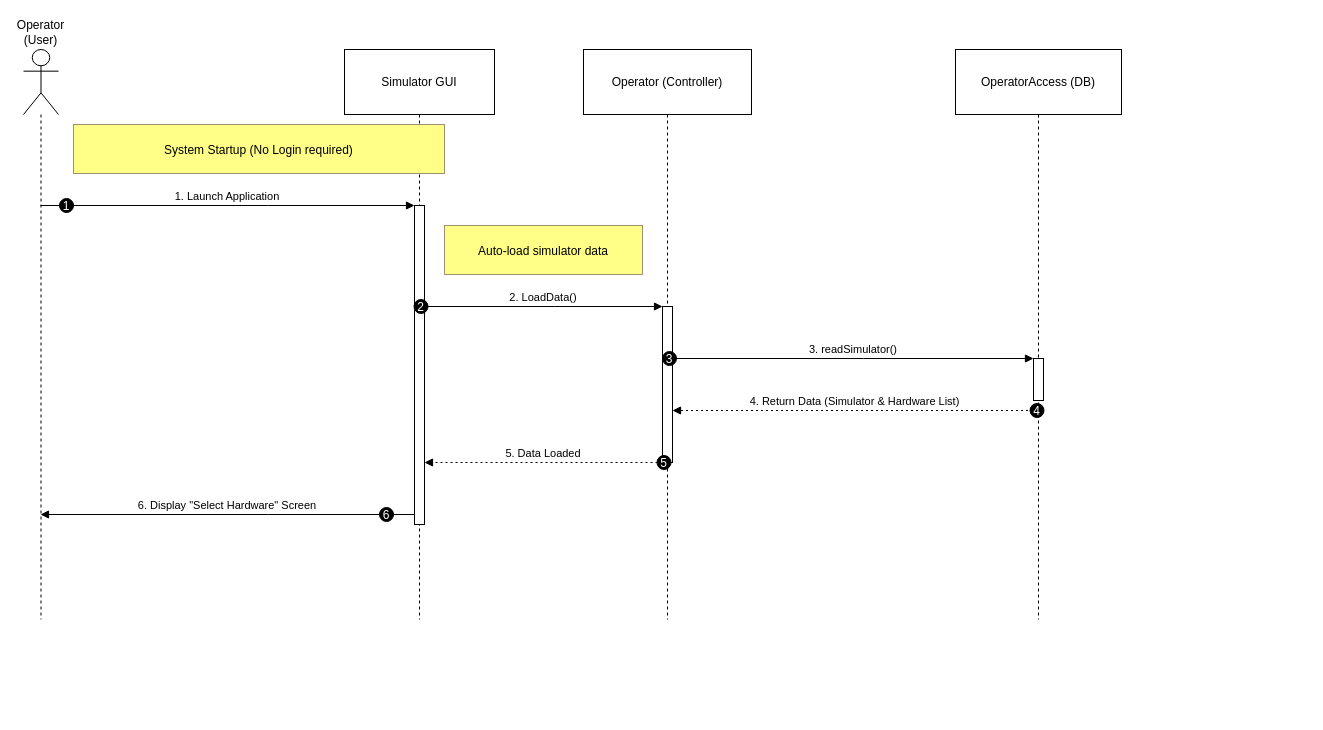
Earlier version of the draw.io diagram page "User_Login_Usecase" (1 of 8) of Usecase1.drawio (EliyaMalka/Drawio). Source tidied: cells renumbered, new cells numbered last; positions are measured from the earlier drawing's top-left corner, leaving out a move shared by most shapes. Both pictures are drawn from the tidied source at 100%, with x=0, y=0 at pixel (23, 49).
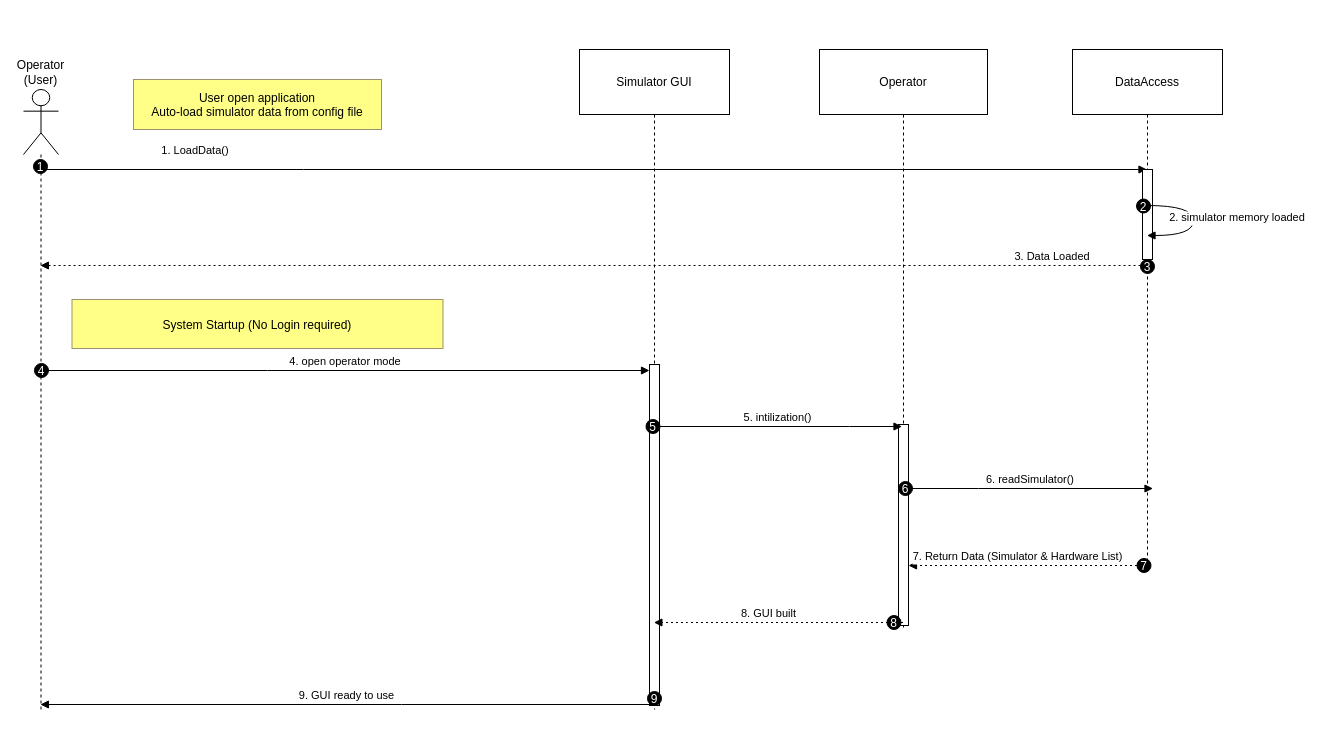
Above is the later version.

Change to the diagram source:
```diff
@@
     <mxCell id="2" value="Operator (User)" style="shape=umlLifeline;perimeter=lifelinePerimeter;whiteSpace=wrap;outlineConnect=0;portConstraint=eastwest;newEdgeStyle={&quot;edgeStyle&quot;:&quot;elbowEdgeStyle&quot;,&quot;elbow&quot;:&quot;vertical&quot;,&quot;curved&quot;:0,&quot;rounded&quot;:0};participant=umlActor;verticalAlign=bottom;labelPosition=center;verticalLabelPosition=top;align=center;size=65;" parent="1" vertex="1">
-      <mxGeometry width="35" height="570" as="geometry" />
+      <mxGeometry y="40" width="35" height="620" as="geometry" />
     </mxCell>
     <mxCell id="3" value="Simulator GUI" style="shape=umlLifeline;perimeter=lifelinePerimeter;whiteSpace=wrap;newEdgeStyle={&quot;edgeStyle&quot;:&quot;elbowEdgeStyle&quot;,&quot;elbow&quot;:&quot;vertical&quot;,&quot;curved&quot;:0,&quot;rounded&quot;:0};size=65;" parent="1" vertex="1">
-      <mxGeometry x="321" width="150" height="570" as="geometry" />
+      <mxGeometry x="556" width="150" height="660" as="geometry" />
     </mxCell>
     <mxCell id="4" style="points=[];perimeter=orthogonalPerimeter;outlineConnect=0;targetShapes=umlLifeline;portConstraint=eastwest;newEdgeStyle={&quot;edgeStyle&quot;:&quot;elbowEdgeStyle&quot;,&quot;elbow&quot;:&quot;vertical&quot;,&quot;curved&quot;:0,&quot;rounded&quot;:0};" parent="3" vertex="1">
-      <mxGeometry x="70" y="156" width="10" height="319" as="geometry" />
+      <mxGeometry x="70" y="315" width="10" height="341" as="geometry" />
     </mxCell>
-    <mxCell id="5" value="Operator (Controller)" style="shape=umlLifeline;perimeter=lifelinePerimeter;whiteSpace=wrap;newEdgeStyle={&quot;edgeStyle&quot;:&quot;elbowEdgeStyle&quot;,&quot;elbow&quot;:&quot;vertical&quot;,&quot;curved&quot;:0,&quot;rounded&quot;:0};size=65;" parent="1" vertex="1">
-      <mxGeometry x="560" width="168" height="570" as="geometry" />
+    <mxCell id="5" value="Operator" style="shape=umlLifeline;perimeter=lifelinePerimeter;whiteSpace=wrap;newEdgeStyle={&quot;edgeStyle&quot;:&quot;elbowEdgeStyle&quot;,&quot;elbow&quot;:&quot;vertical&quot;,&quot;curved&quot;:0,&quot;rounded&quot;:0};size=65;" parent="1" vertex="1">
+      <mxGeometry x="796" width="168" height="580" as="geometry" />
     </mxCell>
     <mxCell id="6" style="points=[];perimeter=orthogonalPerimeter;outlineConnect=0;targetShapes=umlLifeline;portConstraint=eastwest;newEdgeStyle={&quot;edgeStyle&quot;:&quot;elbowEdgeStyle&quot;,&quot;elbow&quot;:&quot;vertical&quot;,&quot;curved&quot;:0,&quot;rounded&quot;:0};" parent="5" vertex="1">
-      <mxGeometry x="79" y="257" width="10" height="156" as="geometry" />
+      <mxGeometry x="79" y="375" width="10" height="201" as="geometry" />
     </mxCell>
-    <mxCell id="7" value="OperatorAccess (DB)" style="shape=umlLifeline;perimeter=lifelinePerimeter;whiteSpace=wrap;outlineConnect=0;portConstraint=eastwest;newEdgeStyle={&quot;edgeStyle&quot;:&quot;elbowEdgeStyle&quot;,&quot;elbow&quot;:&quot;vertical&quot;,&quot;curved&quot;:0,&quot;rounded&quot;:0};size=65;" parent="1" vertex="1">
-      <mxGeometry x="932" width="166" height="570" as="geometry" />
-    </mxCell>
-    <mxCell id="8" style="points=[];perimeter=orthogonalPerimeter;outlineConnect=0;targetShapes=umlLifeline;portConstraint=eastwest;newEdgeStyle={&quot;edgeStyle&quot;:&quot;elbowEdgeStyle&quot;,&quot;elbow&quot;:&quot;vertical&quot;,&quot;curved&quot;:0,&quot;rounded&quot;:0};" parent="7" vertex="1">
-      <mxGeometry x="78" y="309" width="10" height="42" as="geometry" />
-    </mxCell>
-    <mxCell id="9" value="1. Launch Application" style="verticalAlign=bottom;edgeStyle=elbowEdgeStyle;elbow=vertical;curved=0;rounded=0;endArrow=block;" parent="1" edge="1" source="2" target="4">
+    <mxCell id="9" value="4. open operator mode" style="verticalAlign=bottom;edgeStyle=elbowEdgeStyle;elbow=vertical;curved=0;rounded=0;endArrow=block;" parent="1" edge="1" target="4">
       <mxGeometry relative="1" as="geometry">
+        <mxPoint x="17" y="321" as="sourcePoint" />
         <Array as="points">
-          <mxPoint x="244" y="156" />
+          <mxPoint x="244" y="321" />
         </Array>
       </mxGeometry>
     </mxCell>
-    <mxCell id="10" value="1" style="ellipse;fillColor=#000000;align=center;fontColor=#FFFFFF;" parent="9" vertex="1">
+    <mxCell id="10" value="4" style="ellipse;fillColor=#000000;align=center;fontColor=#FFFFFF;" parent="9" vertex="1">
       <mxGeometry width="14" height="14" relative="1" as="geometry">
-        <mxPoint x="-168" y="-7" as="offset" />
+        <mxPoint x="-311" y="-7" as="offset" />
       </mxGeometry>
     </mxCell>
-    <mxCell id="11" value="2. LoadData()" style="verticalAlign=bottom;edgeStyle=elbowEdgeStyle;elbow=vertical;curved=0;rounded=0;endArrow=block;" parent="1" edge="1" source="4" target="6">
-      <mxGeometry relative="1" as="geometry">
+    <mxCell id="11" value="1. LoadData()" style="verticalAlign=bottom;edgeStyle=elbowEdgeStyle;elbow=vertical;curved=0;rounded=0;endArrow=block;" parent="1" edge="1" target="24">
+      <mxGeometry x="-0.72" y="10" relative="1" as="geometry">
+        <mxPoint x="17" y="120" as="sourcePoint" />
         <Array as="points">
-          <mxPoint x="531" y="257" />
+          <mxPoint x="280" y="120" />
         </Array>
       </mxGeometry>
     </mxCell>
-    <mxCell id="12" value="2" style="ellipse;fillColor=#000000;align=center;fontColor=#FFFFFF;" parent="11" vertex="1">
+    <mxCell id="12" value="1" style="ellipse;fillColor=#000000;align=center;fontColor=#FFFFFF;" parent="11" vertex="1">
       <mxGeometry width="14" height="14" relative="1" as="geometry">
-        <mxPoint x="-129.5" y="-7" as="offset" />
+        <mxPoint x="-560" y="-10" as="offset" />
       </mxGeometry>
     </mxCell>
-    <mxCell id="13" value="3. readSimulator()" style="verticalAlign=bottom;edgeStyle=elbowEdgeStyle;elbow=vertical;curved=0;rounded=0;endArrow=block;" parent="1" edge="1" source="6" target="8">
+    <mxCell id="13" value="6. readSimulator()" style="verticalAlign=bottom;edgeStyle=elbowEdgeStyle;elbow=horizontal;curved=0;rounded=0;endArrow=block;" parent="1" edge="1" source="6">
       <mxGeometry relative="1" as="geometry">
+        <mxPoint x="1129.5" y="439" as="targetPoint" />
         <Array as="points">
-          <mxPoint x="840" y="309" />
+          <mxPoint x="955" y="439" />
         </Array>
       </mxGeometry>
     </mxCell>
-    <mxCell id="14" value="3" style="ellipse;fillColor=#000000;align=center;fontColor=#FFFFFF;" parent="13" vertex="1">
+    <mxCell id="14" value="6" style="ellipse;fillColor=#000000;align=center;fontColor=#FFFFFF;" parent="13" vertex="1">
       <mxGeometry width="14" height="14" relative="1" as="geometry">
-        <mxPoint x="-191" y="-7" as="offset" />
+        <mxPoint x="-132" y="-7" as="offset" />
       </mxGeometry>
     </mxCell>
-    <mxCell id="15" value="4. Return Data (Simulator &amp; Hardware List)" style="verticalAlign=bottom;edgeStyle=elbowEdgeStyle;elbow=vertical;curved=0;rounded=0;dashed=1;dashPattern=2 3;endArrow=block;" parent="1" edge="1" source="7" target="6">
-      <mxGeometry relative="1" as="geometry">
+    <mxCell id="15" value="7. Return Data (Simulator &amp; Hardware List)" style="verticalAlign=bottom;edgeStyle=elbowEdgeStyle;elbow=horizontal;curved=0;rounded=0;dashed=1;dashPattern=2 3;endArrow=block;" parent="1" edge="1" target="6">
+      <mxGeometry x="0.07" relative="1" as="geometry">
+        <mxPoint x="1123.5" y="516" as="sourcePoint" />
         <Array as="points">
-          <mxPoint x="841" y="361" />
+          <mxPoint x="908.8" y="516" />
+          <mxPoint x="832.3" y="426" />
         </Array>
+        <mxPoint x="-1" as="offset" />
       </mxGeometry>
     </mxCell>
-    <mxCell id="16" value="4" style="ellipse;fillColor=#000000;align=center;fontColor=#FFFFFF;" parent="15" vertex="1">
+    <mxCell id="16" value="7" style="ellipse;fillColor=#000000;align=center;fontColor=#FFFFFF;" parent="15" vertex="1">
       <mxGeometry width="14" height="14" relative="1" as="geometry">
-        <mxPoint x="175" y="-7" as="offset" />
+        <mxPoint x="109" y="-7" as="offset" />
       </mxGeometry>
     </mxCell>
-    <mxCell id="17" value="5. Data Loaded" style="verticalAlign=bottom;edgeStyle=elbowEdgeStyle;elbow=vertical;curved=0;rounded=0;dashed=1;dashPattern=2 3;endArrow=block;" parent="1" edge="1" source="6" target="4">
-      <mxGeometry relative="1" as="geometry">
+    <mxCell id="17" value="3. Data Loaded" style="verticalAlign=bottom;edgeStyle=elbowEdgeStyle;elbow=vertical;curved=0;rounded=0;dashed=1;dashPattern=2 3;endArrow=block;" parent="1" edge="1" source="29">
+      <mxGeometry x="-0.84" relative="1" as="geometry">
+        <mxPoint x="16.9" y="216" as="targetPoint" />
         <Array as="points">
-          <mxPoint x="532" y="413" />
+          <mxPoint x="192.5" y="216" />
         </Array>
       </mxGeometry>
     </mxCell>
-    <mxCell id="18" value="5" style="ellipse;fillColor=#000000;align=center;fontColor=#FFFFFF;" parent="17" vertex="1">
-      <mxGeometry width="14" height="14" relative="1" as="geometry">
-        <mxPoint x="113.5" y="-7" as="offset" />
-      </mxGeometry>
-    </mxCell>
-    <mxCell id="19" value="6. Display &quot;Select Hardware&quot; Screen" style="verticalAlign=bottom;edgeStyle=elbowEdgeStyle;elbow=vertical;curved=0;rounded=0;endArrow=block;" parent="1" edge="1" source="4" target="2">
+    <mxCell id="19" value="9. GUI ready to use" style="verticalAlign=bottom;edgeStyle=elbowEdgeStyle;elbow=vertical;curved=0;rounded=0;endArrow=block;" parent="1" edge="1">
       <mxGeometry relative="1" as="geometry">
+        <mxPoint x="630.5" y="655" as="sourcePoint" />
+        <mxPoint x="16.9" y="655" as="targetPoint" />
         <Array as="points">
-          <mxPoint x="245" y="465" />
+          <mxPoint x="378" y="655" />
         </Array>
       </mxGeometry>
     </mxCell>
-    <mxCell id="20" value="6" style="ellipse;fillColor=#000000;align=center;fontColor=#FFFFFF;" parent="19" vertex="1">
-      <mxGeometry width="14" height="14" relative="1" as="geometry">
-        <mxPoint x="152" y="-7" as="offset" />
-      </mxGeometry>
-    </mxCell>
     <mxCell id="21" value="System Startup (No Login required)" style="fillColor=#ffff88;strokeColor=#9E916F;" parent="1" vertex="1">
-      <mxGeometry x="50" y="75" width="371" height="49" as="geometry" />
+      <mxGeometry x="48.5" y="250" width="371" height="49" as="geometry" />
     </mxCell>
-    <mxCell id="22" value="Auto-load simulator data" style="fillColor=#ffff88;strokeColor=#9E916F;" parent="1" vertex="1">
-      <mxGeometry x="421" y="176" width="198" height="49" as="geometry" />
+    <mxCell id="22" value="User open application&#10;Auto-load simulator data from config file" style="fillColor=#ffff88;strokeColor=#9E916F;" parent="1" vertex="1">
+      <mxGeometry x="110" y="30" width="248" height="50" as="geometry" />
     </mxCell>
+    <mxCell id="23" value="5. intilization()" style="verticalAlign=bottom;edgeStyle=elbowEdgeStyle;elbow=horizontal;curved=0;rounded=0;endArrow=block;" parent="1" edge="1">
+      <mxGeometry relative="1" as="geometry">
+        <mxPoint x="630.5" y="377" as="sourcePoint" />
+        <mxPoint x="878.5" y="377" as="targetPoint" />
+        <Array as="points">
+          <mxPoint x="826" y="502" />
+        </Array>
+      </mxGeometry>
+    </mxCell>
+    <mxCell id="18" value="5" style="ellipse;fillColor=#000000;align=center;fontColor=#FFFFFF;" parent="23" vertex="1">
+      <mxGeometry width="14" height="14" relative="1" as="geometry">
+        <mxPoint x="-132" y="-7" as="offset" />
+      </mxGeometry>
+    </mxCell>
+    <mxCell id="24" value="DataAccess" style="shape=umlLifeline;perimeter=lifelinePerimeter;whiteSpace=wrap;outlineConnect=0;portConstraint=eastwest;newEdgeStyle={&quot;edgeStyle&quot;:&quot;elbowEdgeStyle&quot;,&quot;elbow&quot;:&quot;vertical&quot;,&quot;curved&quot;:0,&quot;rounded&quot;:0};size=65;" parent="1" vertex="1">
+      <mxGeometry x="1049" width="150" height="520" as="geometry" />
+    </mxCell>
+    <mxCell id="25" style="perimeter=orthogonalPerimeter;targetShapes=umlLifeline;newEdgeStyle={&quot;edgeStyle&quot;:&quot;elbowEdgeStyle&quot;,&quot;elbow&quot;:&quot;vertical&quot;,&quot;curved&quot;:0,&quot;rounded&quot;:0};" parent="24" vertex="1">
+      <mxGeometry x="70" y="120" width="10" height="90" as="geometry" />
+    </mxCell>
+    <mxCell id="26" value="2. simulator memory loaded" style="curved=1;endArrow=block;rounded=0;" parent="1" edge="1" source="24" target="24">
+      <mxGeometry x="-0.06" y="44" relative="1" as="geometry">
+        <Array as="points">
+          <mxPoint x="1170" y="156" />
+          <mxPoint x="1170" y="186" />
+        </Array>
+      </mxGeometry>
+    </mxCell>
+    <mxCell id="27" value="2" style="ellipse;fillColor=#000000;align=center;fontColor=#FFFFFF;" parent="26" vertex="1">
+      <mxGeometry width="14" height="14" relative="1" as="geometry">
+        <mxPoint x="-57" y="-22" as="offset" />
+      </mxGeometry>
+    </mxCell>
+    <mxCell id="28" style="verticalAlign=bottom;edgeStyle=elbowEdgeStyle;elbow=vertical;curved=0;rounded=0;dashed=1;dashPattern=2 3;endArrow=block;" parent="1" edge="1" source="24" target="29">
+      <mxGeometry relative="1" as="geometry" />
+    </mxCell>
+    <mxCell id="29" value="3" style="ellipse;fillColor=#000000;align=center;fontColor=#FFFFFF;" parent="1" vertex="1">
+      <mxGeometry x="1117" y="210" width="14" height="14" as="geometry" />
+    </mxCell>
+    <mxCell id="30" value="8. GUI built" style="verticalAlign=bottom;edgeStyle=elbowEdgeStyle;elbow=horizontal;curved=0;rounded=0;dashed=1;dashPattern=2 3;endArrow=block;" parent="1" edge="1">
+      <mxGeometry x="0.07" relative="1" as="geometry">
+        <mxPoint x="879.5" y="573" as="sourcePoint" />
+        <mxPoint x="630.4" y="573" as="targetPoint" />
+        <Array as="points">
+          <mxPoint x="663.8" y="798" />
+          <mxPoint x="587.3" y="708" />
+        </Array>
+        <mxPoint x="-1" as="offset" />
+      </mxGeometry>
+    </mxCell>
+    <mxCell id="31" value="8" style="ellipse;fillColor=#000000;align=center;fontColor=#FFFFFF;" parent="30" vertex="1">
+      <mxGeometry width="14" height="14" relative="1" as="geometry">
+        <mxPoint x="109" y="-7" as="offset" />
+      </mxGeometry>
+    </mxCell>
+    <mxCell id="32" value="9" style="ellipse;fillColor=#000000;align=center;fontColor=#FFFFFF;" parent="1" vertex="1">
+      <mxGeometry x="624" y="642" width="14" height="14" as="geometry" />
+    </mxCell>
```
